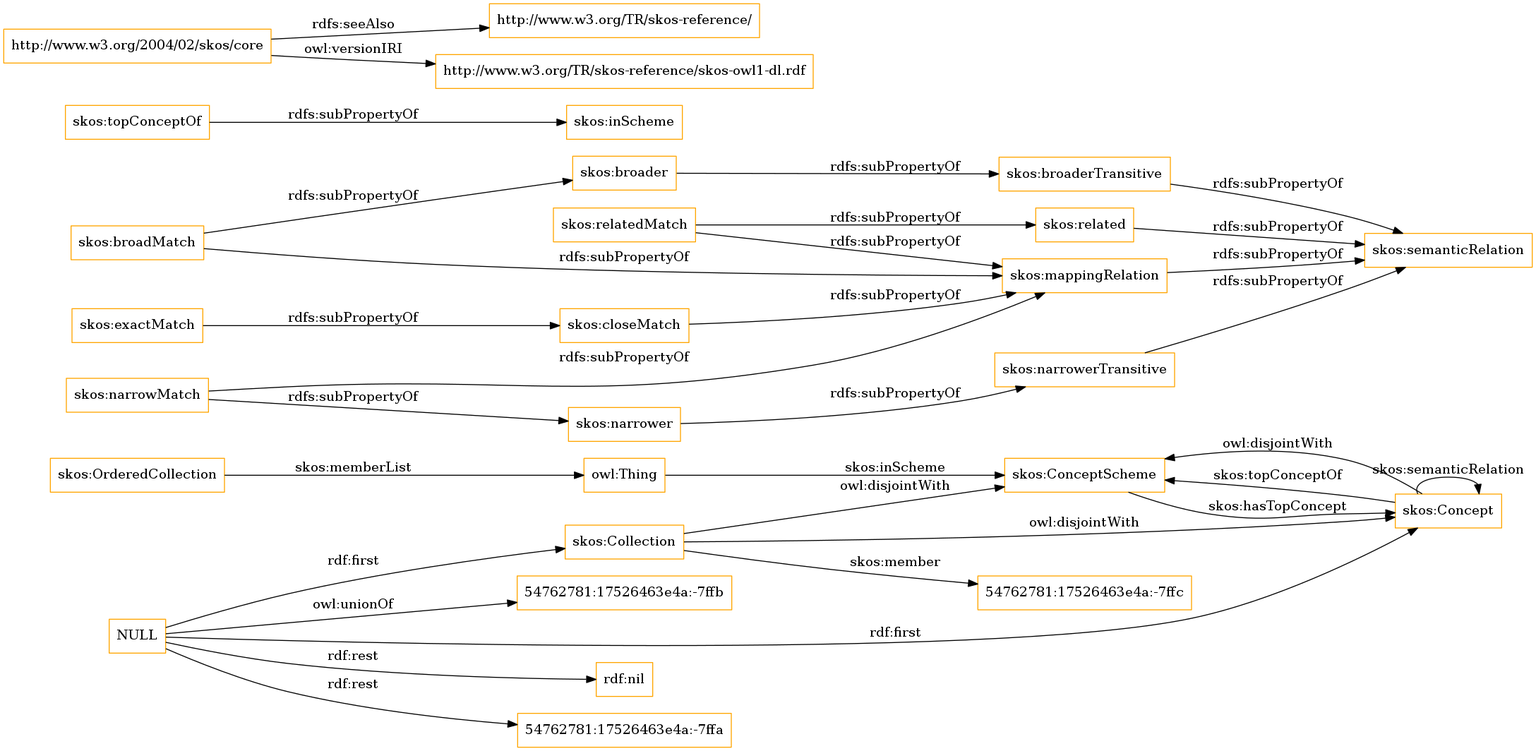
Above: OnToology/imports/skos.owl/diagrams/ar2dtool-class/skos.owl.png in OnToologyUser/core-ontology-1 (Graphviz), before the change. Its source is kept beside it as OnToology/imports/skos.owl/diagrams/ar2dtool-class/skos.owl.png.dot.
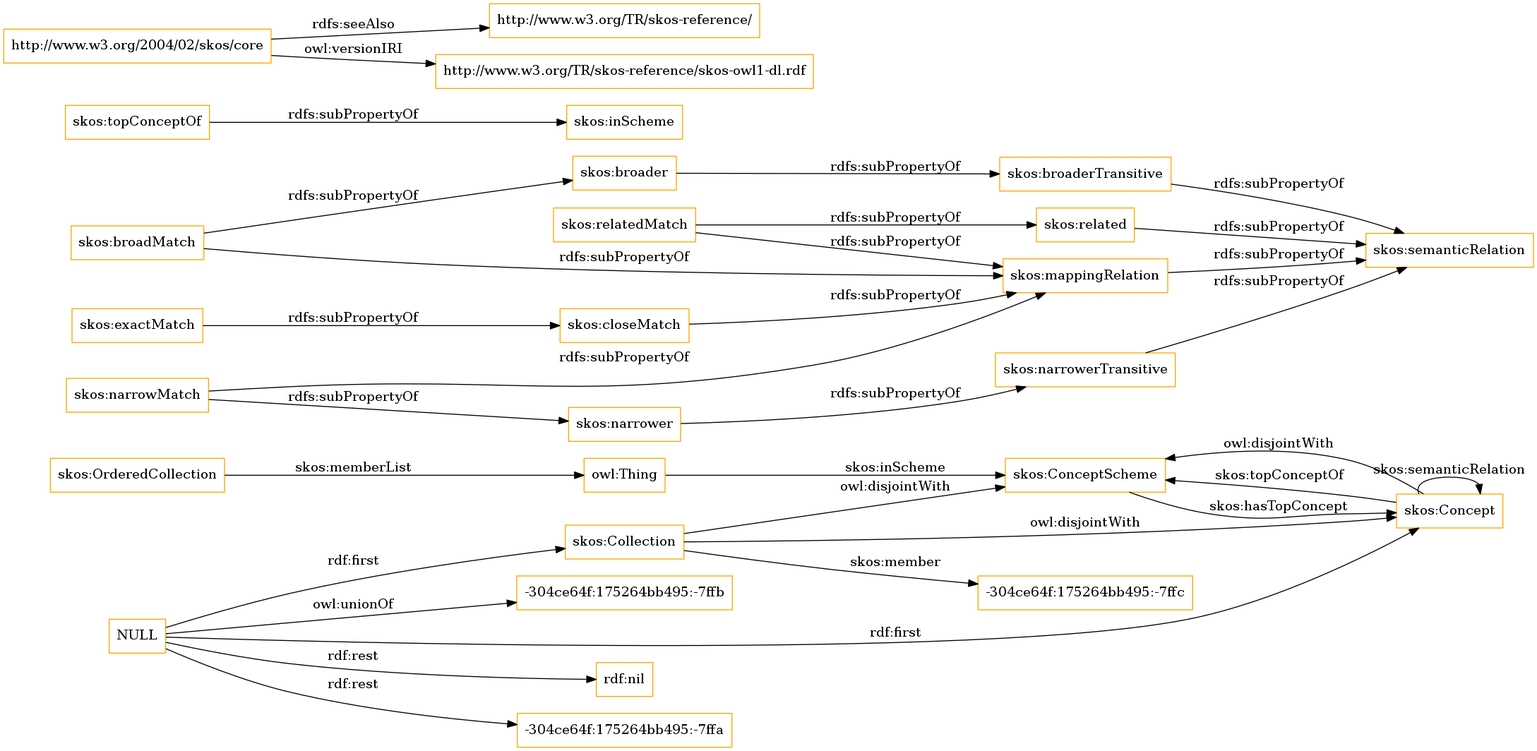
Above is the later version.

What changed in the source:
```diff
@@ -1,13 +1,13 @@
 digraph ar2dtool_diagram {
 rankdir=LR;
 size="1501"
-node [shape = rectangle, color="orange"]; "skos:OrderedCollection" "skos:ConceptScheme" "skos:Concept" "skos:Collection" "54762781:17526463e4a:-7ffc" ; /*classes style*/
+node [shape = rectangle, color="orange"]; "skos:OrderedCollection" "skos:ConceptScheme" "skos:Concept" "skos:Collection" "-304ce64f:175264bb495:-7ffc" ; /*classes style*/
 	"skos:narrowerTransitive" -> "skos:semanticRelation" [ label = "rdfs:subPropertyOf" ];
 	"NULL" -> "rdf:nil" [ label = "rdf:rest" ];
 	"NULL" -> "skos:Concept" [ label = "rdf:first" ];
-	"NULL" -> "54762781:17526463e4a:-7ffa" [ label = "rdf:rest" ];
+	"NULL" -> "-304ce64f:175264bb495:-7ffa" [ label = "rdf:rest" ];
 	"NULL" -> "skos:Collection" [ label = "rdf:first" ];
-	"NULL" -> "54762781:17526463e4a:-7ffb" [ label = "owl:unionOf" ];
+	"NULL" -> "-304ce64f:175264bb495:-7ffb" [ label = "owl:unionOf" ];
 	"skos:closeMatch" -> "skos:mappingRelation" [ label = "rdfs:subPropertyOf" ];
 	"skos:Concept" -> "skos:ConceptScheme" [ label = "owl:disjointWith" ];
 	"skos:relatedMatch" -> "skos:related" [ label = "rdfs:subPropertyOf" ];
@@ -30,7 +30,7 @@
 	"skos:OrderedCollection" -> "owl:Thing" [ label = "skos:memberList" ];
 	"skos:Concept" -> "skos:ConceptScheme" [ label = "skos:topConceptOf" ];
 	"skos:Concept" -> "skos:Concept" [ label = "skos:semanticRelation" ];
-	"skos:Collection" -> "54762781:17526463e4a:-7ffc" [ label = "skos:member" ];
+	"skos:Collection" -> "-304ce64f:175264bb495:-7ffc" [ label = "skos:member" ];
 	"skos:ConceptScheme" -> "skos:Concept" [ label = "skos:hasTopConcept" ];
 	"owl:Thing" -> "skos:ConceptScheme" [ label = "skos:inScheme" ];
 
```
